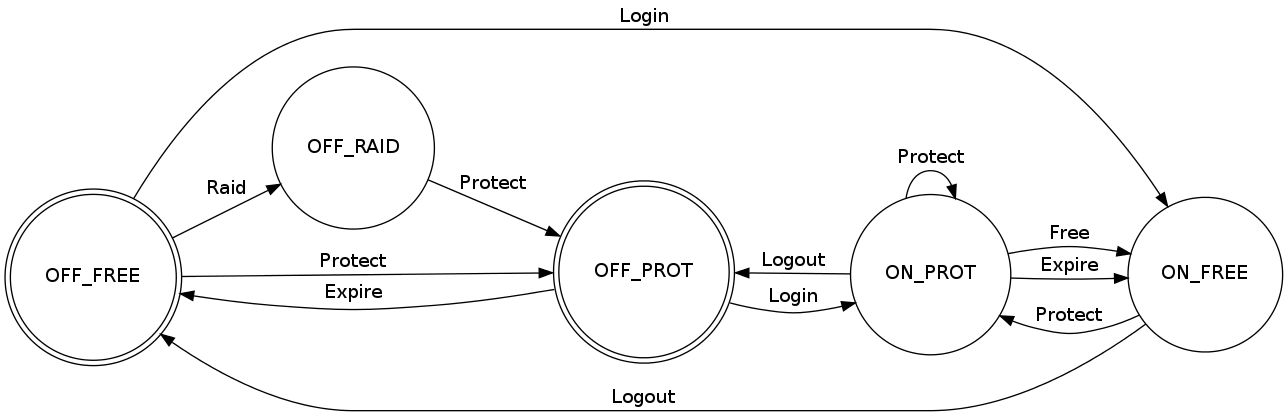
This is doc/fsm.png from xtaci/gonet, a Graphviz export, as it was before one commit. Its source is kept beside it as doc/fsm.dot.
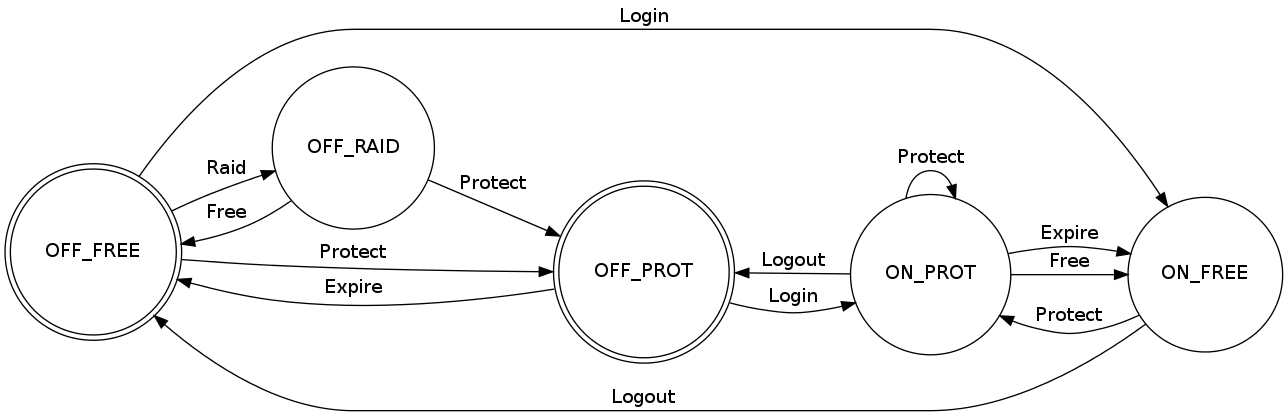
Later version of the same file.

The edit, as a diff of the source:
```diff
@@ -7,6 +7,7 @@
 	OFF_FREE->OFF_PROT [label="Protect"];
 	OFF_PROT->ON_PROT [label="Login"];
 	OFF_RAID->OFF_PROT [label="Protect"];
+	OFF_RAID->OFF_FREE [label="Free"];
 	OFF_PROT->OFF_FREE [label="Expire"];
 	ON_FREE->OFF_FREE [label="Logout"];
 	ON_FREE->ON_PROT [label="Protect"];
```
